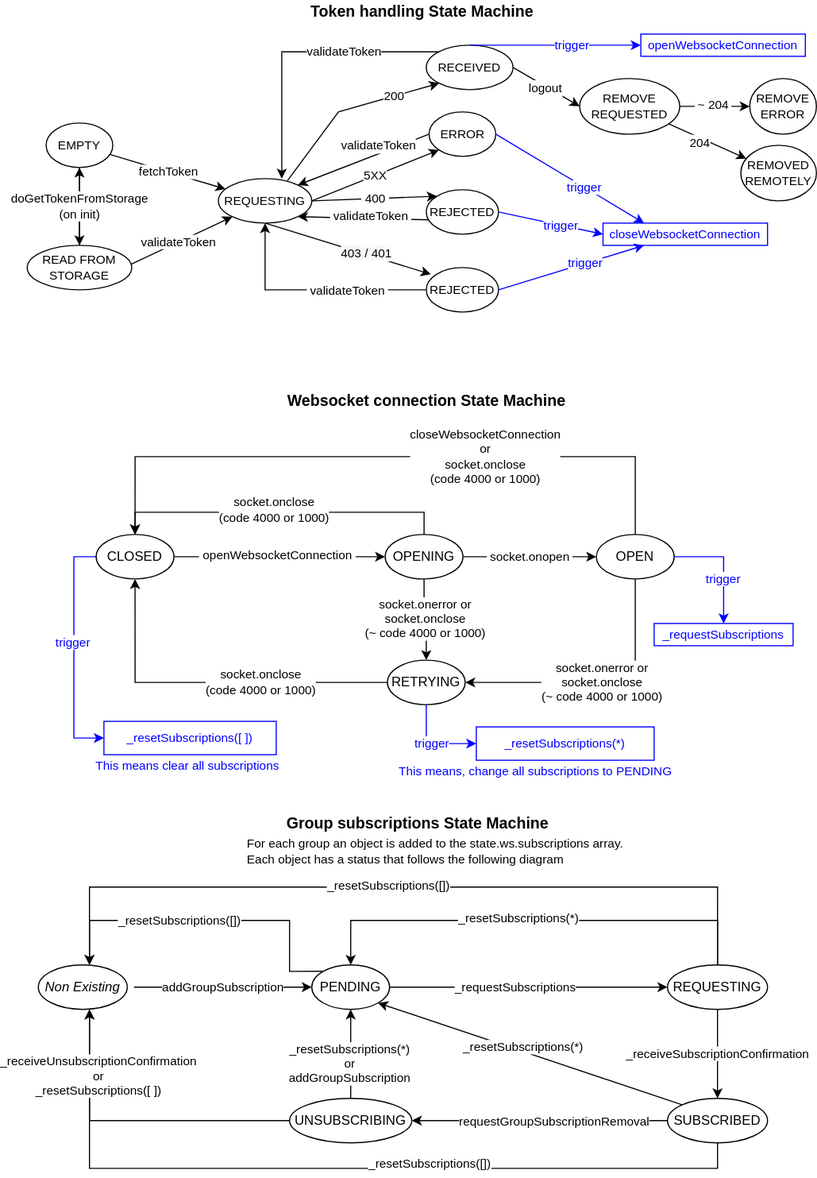
This is love/docsrc/assets/redux-ws-connection.svg from lsst-ts/LOVE-frontend, a draw.io export, as it was before one commit. Source tidied: cells renumbered, new cells last; positions are measured from the earlier drawing's top-left corner, leaving out a move shared by most shapes.
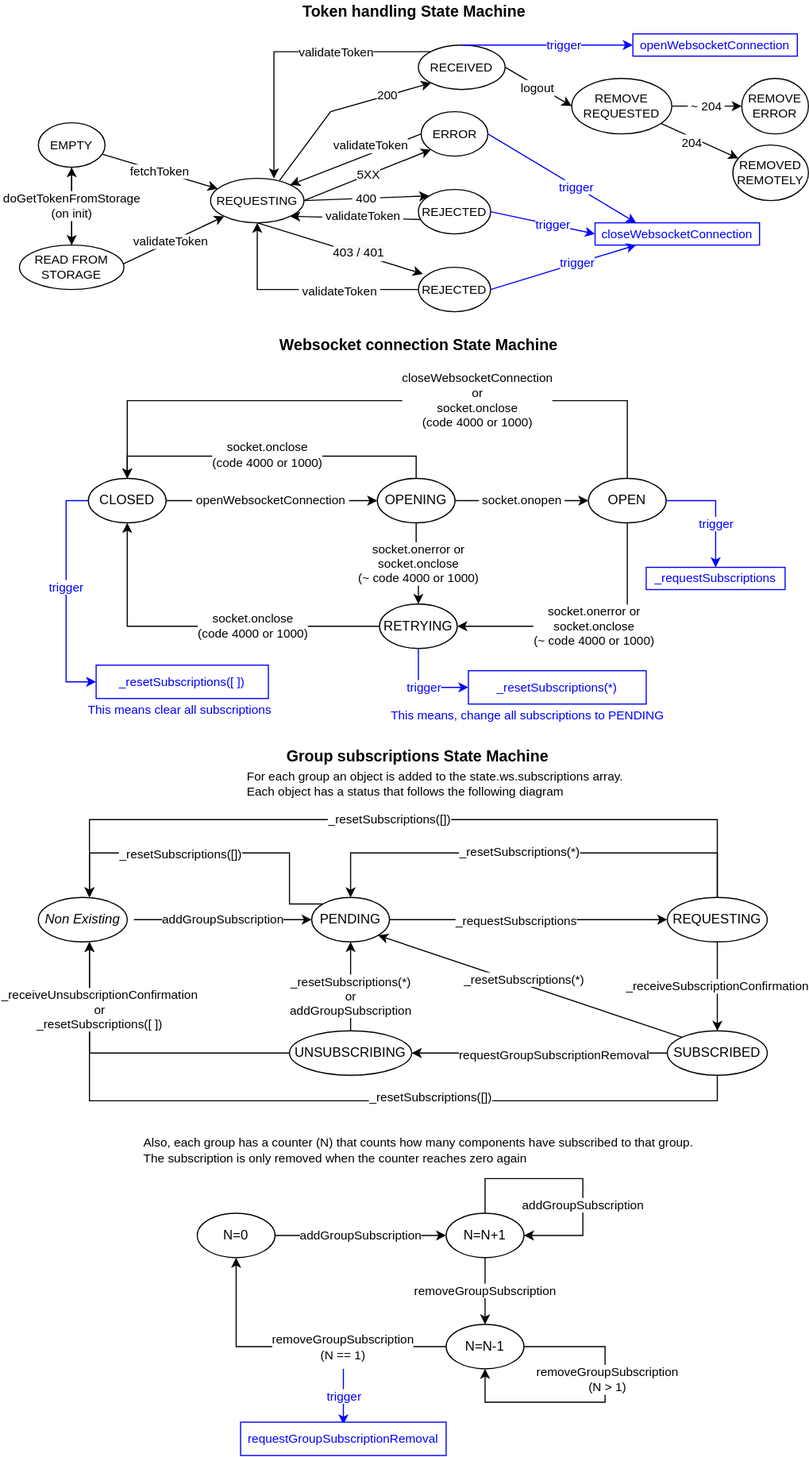
The same file after the commit.

Change to the diagram source:
```diff
@@ -9,7 +9,7 @@
       <mxGeometry x="-0.08" y="-1" relative="1" as="geometry" />
     </mxCell>
     <mxCell id="4" value="CLOSED" style="ellipse;whiteSpace=wrap;html=1;" parent="1" vertex="1">
-      <mxGeometry x="62" y="480" width="70" height="40" as="geometry" />
+      <mxGeometry x="62" y="430" width="70" height="40" as="geometry" />
     </mxCell>
     <mxCell id="5" value="socket.onerror or&lt;br&gt;socket.onclose&lt;br&gt;(~ code 4000 or 1000)" style="edgeStyle=orthogonalEdgeStyle;rounded=0;jettySize=auto;html=1;entryX=0.5;entryY=0;entryDx=0;entryDy=0;" parent="1" edge="1" source="8" target="12">
       <mxGeometry relative="1" as="geometry" />
@@ -17,8 +17,8 @@
     <mxCell id="6" style="edgeStyle=orthogonalEdgeStyle;rounded=0;jettySize=auto;html=1;exitX=0.5;exitY=0;exitDx=0;exitDy=0;fontSize=11;entryX=0.5;entryY=0;entryDx=0;entryDy=0;" parent="1" edge="1" source="8" target="4">
       <mxGeometry relative="1" as="geometry">
         <Array as="points">
-          <mxPoint x="357" y="460" />
-          <mxPoint x="97" y="460" />
+          <mxPoint x="357" y="410" />
+          <mxPoint x="97" y="410" />
         </Array>
       </mxGeometry>
     </mxCell>
@@ -26,10 +26,10 @@
       <mxGeometry x="0.04" y="-2" relative="1" as="geometry" />
     </mxCell>
     <mxCell id="8" value="OPENING" style="ellipse;whiteSpace=wrap;html=1;" parent="1" vertex="1">
-      <mxGeometry x="322" y="480" width="70" height="40" as="geometry" />
+      <mxGeometry x="322" y="430" width="70" height="40" as="geometry" />
     </mxCell>
     <mxCell id="9" value="OPEN" style="ellipse;whiteSpace=wrap;html=1;" parent="1" vertex="1">
-      <mxGeometry x="512" y="480" width="70" height="40" as="geometry" />
+      <mxGeometry x="512" y="430" width="70" height="40" as="geometry" />
     </mxCell>
     <mxCell id="10" value="socket.onclose&lt;br&gt;(code 4000 or 1000)" style="edgeStyle=orthogonalEdgeStyle;rounded=0;jettySize=auto;html=1;entryX=0.5;entryY=1;entryDx=0;entryDy=0;fontSize=11;" parent="1" edge="1" source="12" target="4">
       <mxGeometry x="-0.29" relative="1" as="geometry" />
@@ -38,7 +38,7 @@
       <mxGeometry relative="1" as="geometry" />
     </mxCell>
     <mxCell id="12" value="RETRYING" style="ellipse;whiteSpace=wrap;html=1;" parent="1" vertex="1">
-      <mxGeometry x="324" y="593" width="70" height="40" as="geometry" />
+      <mxGeometry x="324" y="543" width="70" height="40" as="geometry" />
     </mxCell>
     <mxCell id="13" style="endArrow=classic;html=1;entryX=0;entryY=0.5;entryDx=0;entryDy=0;exitX=1;exitY=0.5;exitDx=0;exitDy=0;" parent="1" edge="1" source="4" target="8">
       <mxGeometry relative="1" as="geometry" />
@@ -55,16 +55,16 @@
     <mxCell id="17" value="closeWebsocketConnection&lt;br&gt;or&lt;br&gt;socket.onclose&lt;br&gt;(code 4000 or 1000)" style="edgeStyle=orthogonalEdgeStyle;rounded=0;jettySize=auto;html=1;entryX=0.5;entryY=0;entryDx=0;entryDy=0;exitX=0.5;exitY=0;exitDx=0;exitDy=0;" parent="1" edge="1" source="9" target="4">
       <mxGeometry x="-0.31" relative="1" as="geometry">
         <Array as="points">
-          <mxPoint x="547" y="410" />
-          <mxPoint x="97" y="410" />
+          <mxPoint x="547" y="360" />
+          <mxPoint x="97" y="360" />
         </Array>
       </mxGeometry>
     </mxCell>
     <mxCell id="18" value="&lt;font style=&quot;font-size: 14px&quot;&gt;Websocket connection State Machine&lt;/font&gt;" style="text;html=1;align=center;verticalAlign=middle;fontSize=11;fontStyle=1;" parent="1" vertex="1">
-      <mxGeometry x="224" y="350" width="270" height="20" as="geometry" />
+      <mxGeometry x="224" y="300" width="270" height="20" as="geometry" />
     </mxCell>
     <mxCell id="19" value="&lt;font style=&quot;font-size: 14px&quot;&gt;Group subscriptions State Machine&lt;/font&gt;" style="text;html=1;align=center;verticalAlign=middle;fontSize=11;fontStyle=1;" parent="1" vertex="1">
-      <mxGeometry x="226" y="730" width="250" height="20" as="geometry" />
+      <mxGeometry x="233" y="670" width="250" height="20" as="geometry" />
     </mxCell>
     <mxCell id="20" style="edgeStyle=orthogonalEdgeStyle;rounded=0;jettySize=auto;html=1;exitX=1;exitY=0.5;exitDx=0;exitDy=0;fontSize=11;" parent="1" edge="1" source="24" target="32">
       <mxGeometry relative="1" as="geometry" />
@@ -76,11 +76,11 @@
     </mxCell>
     <mxCell id="22" style="edgeStyle=orthogonalEdgeStyle;rounded=0;jettySize=auto;html=1;exitX=0;exitY=0;exitDx=0;exitDy=0;entryX=0.5;entryY=0;entryDx=0;entryDy=0;strokeColor=#000000;fontSize=11;fontColor=#0000FF;" parent="1" edge="1" source="24">
       <mxGeometry relative="1" as="geometry">
-        <mxPoint x="56" y="867" as="targetPoint" />
+        <mxPoint x="63" y="807" as="targetPoint" />
         <Array as="points">
-          <mxPoint x="236" y="873" />
-          <mxPoint x="236" y="827" />
-          <mxPoint x="56" y="827" />
+          <mxPoint x="243" y="813" />
+          <mxPoint x="243" y="767" />
+          <mxPoint x="63" y="767" />
         </Array>
       </mxGeometry>
     </mxCell>
@@ -88,15 +88,15 @@
       <mxGeometry x="0.18" relative="1" as="geometry" />
     </mxCell>
     <mxCell id="24" value="PENDING" style="ellipse;whiteSpace=wrap;html=1;" parent="1" vertex="1">
-      <mxGeometry x="256" y="867" width="70" height="40" as="geometry" />
+      <mxGeometry x="263" y="807" width="70" height="40" as="geometry" />
     </mxCell>
     <mxCell id="25" value="&lt;div&gt;addGroupSubscription&lt;br&gt;&lt;/div&gt;" style="edgeStyle=orthogonalEdgeStyle;rounded=0;jettySize=auto;html=1;entryX=0;entryY=0.5;entryDx=0;entryDy=0;fontSize=11;" parent="1" edge="1" target="24">
       <mxGeometry relative="1" as="geometry">
-        <mxPoint x="96" y="887" as="sourcePoint" />
+        <mxPoint x="103" y="827" as="sourcePoint" />
       </mxGeometry>
     </mxCell>
     <mxCell id="26" value="&lt;i&gt;Non Existing&lt;/i&gt;" style="ellipse;whiteSpace=wrap;html=1;" parent="1" vertex="1">
-      <mxGeometry x="10" y="867" width="80" height="40" as="geometry" />
+      <mxGeometry x="17" y="807" width="80" height="40" as="geometry" />
     </mxCell>
     <mxCell id="27" value="_receiveSubscriptionConfirmation" style="edgeStyle=orthogonalEdgeStyle;rounded=0;jettySize=auto;html=1;entryX=0.5;entryY=0;entryDx=0;entryDy=0;fontSize=11;" parent="1" edge="1" source="32" target="39">
       <mxGeometry relative="1" as="geometry" />
@@ -104,8 +104,8 @@
     <mxCell id="28" style="edgeStyle=orthogonalEdgeStyle;rounded=0;jettySize=auto;html=1;exitX=0.5;exitY=0;exitDx=0;exitDy=0;entryX=0.5;entryY=0;entryDx=0;entryDy=0;fontSize=11;" parent="1" edge="1" source="32" target="24">
       <mxGeometry relative="1" as="geometry">
         <Array as="points">
-          <mxPoint x="621" y="827" />
-          <mxPoint x="291" y="827" />
+          <mxPoint x="628" y="767" />
+          <mxPoint x="298" y="767" />
         </Array>
       </mxGeometry>
     </mxCell>
@@ -114,10 +114,10 @@
     </mxCell>
     <mxCell id="30" style="edgeStyle=orthogonalEdgeStyle;rounded=0;jettySize=auto;html=1;exitX=0.5;exitY=0;exitDx=0;exitDy=0;entryX=0.5;entryY=0;entryDx=0;entryDy=0;strokeColor=#000000;fontSize=11;fontColor=#0000FF;" parent="1" edge="1" source="32">
       <mxGeometry relative="1" as="geometry">
-        <mxPoint x="56" y="867" as="targetPoint" />
+        <mxPoint x="63" y="807" as="targetPoint" />
         <Array as="points">
-          <mxPoint x="621" y="797" />
-          <mxPoint x="56" y="797" />
+          <mxPoint x="628" y="737" />
+          <mxPoint x="63" y="737" />
         </Array>
       </mxGeometry>
     </mxCell>
@@ -125,7 +125,7 @@
       <mxGeometry x="0.04" y="-1" relative="1" as="geometry" />
     </mxCell>
     <mxCell id="32" value="REQUESTING" style="ellipse;whiteSpace=wrap;html=1;" parent="1" vertex="1">
-      <mxGeometry x="576" y="867" width="90" height="40" as="geometry" />
+      <mxGeometry x="583" y="807" width="90" height="40" as="geometry" />
     </mxCell>
     <mxCell id="33" style="edgeStyle=orthogonalEdgeStyle;rounded=0;jettySize=auto;html=1;fontSize=11;" parent="1" edge="1" source="39" target="44">
       <mxGeometry relative="1" as="geometry" />
@@ -141,10 +141,10 @@
     </mxCell>
     <mxCell id="37" style="edgeStyle=orthogonalEdgeStyle;rounded=0;jettySize=auto;html=1;exitX=0.5;exitY=1;exitDx=0;exitDy=0;strokeColor=#000000;fontSize=11;fontColor=#0000FF;" parent="1" edge="1" source="39">
       <mxGeometry relative="1" as="geometry">
-        <mxPoint x="56" y="907" as="targetPoint" />
+        <mxPoint x="63" y="847" as="targetPoint" />
         <Array as="points">
-          <mxPoint x="621" y="1050" />
-          <mxPoint x="56" y="1050" />
+          <mxPoint x="628" y="990" />
+          <mxPoint x="63" y="990" />
         </Array>
       </mxGeometry>
     </mxCell>
@@ -152,11 +152,11 @@
       <mxGeometry x="-0.23" y="-4" relative="1" as="geometry" />
     </mxCell>
     <mxCell id="39" value="SUBSCRIBED" style="ellipse;whiteSpace=wrap;html=1;" parent="1" vertex="1">
-      <mxGeometry x="576" y="987" width="90" height="40" as="geometry" />
+      <mxGeometry x="583" y="927" width="90" height="40" as="geometry" />
     </mxCell>
     <mxCell id="40" style="edgeStyle=orthogonalEdgeStyle;rounded=0;jettySize=auto;html=1;exitX=0;exitY=0.5;exitDx=0;exitDy=0;entryX=0.5;entryY=1;entryDx=0;entryDy=0;fontSize=11;" parent="1" edge="1" source="44">
       <mxGeometry relative="1" as="geometry">
-        <mxPoint x="56" y="907" as="targetPoint" />
+        <mxPoint x="63" y="847" as="targetPoint" />
       </mxGeometry>
     </mxCell>
     <mxCell id="41" value="_receiveUnsubscriptionConfirmation&lt;br&gt;or&lt;br&gt;&lt;span style=&quot;white-space: normal&quot;&gt;_resetSubscriptions([ ])&lt;/span&gt;" style="text;html=1;align=center;verticalAlign=middle;labelBackgroundColor=#ffffff;fontSize=11;" parent="40" vertex="1">
@@ -171,13 +171,13 @@
       <mxGeometry x="-0.2" y="1" relative="1" as="geometry" />
     </mxCell>
     <mxCell id="44" value="UNSUBSCRIBING" style="ellipse;whiteSpace=wrap;html=1;" parent="1" vertex="1">
-      <mxGeometry x="236" y="987" width="110" height="40" as="geometry" />
+      <mxGeometry x="243" y="927" width="110" height="40" as="geometry" />
     </mxCell>
     <mxCell id="45" value="&lt;div style=&quot;text-align: justify&quot;&gt;&lt;span&gt;For each group an object is added to the state.ws.subscriptions array.&lt;/span&gt;&lt;/div&gt;&lt;div style=&quot;text-align: justify&quot;&gt;&lt;span&gt;Each object has a status that follows the following diagram&lt;/span&gt;&lt;/div&gt;" style="text;html=1;align=left;verticalAlign=middle;fontSize=11;" parent="1" vertex="1">
-      <mxGeometry x="196" y="750" width="350" height="30" as="geometry" />
+      <mxGeometry x="203" y="690" width="350" height="30" as="geometry" />
     </mxCell>
     <mxCell id="46" value="&lt;span style=&quot;color: rgb(0 , 0 , 255) ; white-space: normal ; background-color: rgb(255 , 255 , 255)&quot;&gt;_resetSubscriptions(*)&lt;/span&gt;" style="rounded=0;whiteSpace=wrap;html=1;fontSize=11;strokeColor=#0000FF;" parent="1" vertex="1">
-      <mxGeometry x="404" y="653" width="160" height="30" as="geometry" />
+      <mxGeometry x="404" y="603" width="160" height="30" as="geometry" />
     </mxCell>
     <mxCell id="47" value="&lt;font color=&quot;#0000ff&quot;&gt;trigger&lt;/font&gt;" style="edgeStyle=orthogonalEdgeStyle;rounded=0;jettySize=auto;html=1;exitX=1;exitY=0.5;exitDx=0;exitDy=0;entryX=0.5;entryY=0;entryDx=0;entryDy=0;fontSize=11;strokeColor=#0000FF;" parent="1" edge="1" source="9" target="48">
       <mxGeometry x="-0.15" y="-20" relative="1" as="geometry">
@@ -185,16 +185,16 @@
       </mxGeometry>
     </mxCell>
     <mxCell id="48" value="&lt;span style=&quot;white-space: nowrap ; background-color: rgb(255 , 255 , 255)&quot;&gt;&lt;font color=&quot;#0000ff&quot;&gt;_requestSubscriptions&lt;/font&gt;&lt;/span&gt;" style="rounded=0;whiteSpace=wrap;html=1;fontSize=11;strokeColor=#0000FF;" parent="1" vertex="1">
-      <mxGeometry x="564" y="560" width="125" height="20" as="geometry" />
+      <mxGeometry x="564" y="510" width="125" height="20" as="geometry" />
     </mxCell>
     <mxCell id="49" value="&lt;span style=&quot;color: rgb(0 , 0 , 255) ; white-space: normal ; background-color: rgb(255 , 255 , 255)&quot;&gt;_resetSubscriptions([ ])&lt;/span&gt;" style="rounded=0;whiteSpace=wrap;html=1;fontSize=11;strokeColor=#0000FF;" parent="1" vertex="1">
-      <mxGeometry x="69" y="648" width="155" height="30" as="geometry" />
+      <mxGeometry x="69" y="598" width="155" height="30" as="geometry" />
     </mxCell>
     <mxCell id="50" value="This means clear all subscriptions" style="text;html=1;align=center;verticalAlign=middle;fontSize=11;fontColor=#0000FF;" parent="1" vertex="1">
-      <mxGeometry x="54" y="678" width="180" height="20" as="geometry" />
+      <mxGeometry x="54" y="628" width="180" height="20" as="geometry" />
     </mxCell>
     <mxCell id="51" value="This means, change all subscriptions to PENDING" style="text;html=1;align=center;verticalAlign=middle;fontSize=11;fontColor=#0000FF;" parent="1" vertex="1">
-      <mxGeometry x="327" y="683" width="260" height="20" as="geometry" />
+      <mxGeometry x="327" y="633" width="260" height="20" as="geometry" />
     </mxCell>
     <mxCell id="52" value="&lt;font style=&quot;font-size: 14px&quot;&gt;Token handling State Machine&lt;/font&gt;" style="text;html=1;align=center;verticalAlign=middle;fontSize=11;fontStyle=1;" parent="1" vertex="1">
       <mxGeometry x="245" width="220" height="20" as="geometry" />
@@ -335,5 +335,71 @@
     <mxCell id="91" value="&lt;font color=&quot;#0000ff&quot;&gt;trigger&lt;/font&gt;" style="rounded=0;jettySize=auto;html=1;fontSize=11;strokeColor=#0000FF;entryX=0.25;entryY=1;entryDx=0;entryDy=0;exitX=1;exitY=0.5;exitDx=0;exitDy=0;" parent="1" edge="1" source="83" target="89">
       <mxGeometry x="0.19" relative="1" as="geometry" />
     </mxCell>
+    <mxCell id="92" value="N=0" style="ellipse;whiteSpace=wrap;html=1;" parent="1" vertex="1">
+      <mxGeometry x="160" y="1091.2" width="70" height="40" as="geometry" />
+    </mxCell>
+    <mxCell id="93" value="removeGroupSubscription" style="edgeStyle=orthogonalEdgeStyle;rounded=0;jettySize=auto;html=1;exitX=0.5;exitY=1;exitDx=0;exitDy=0;entryX=0.5;entryY=0;entryDx=0;entryDy=0;" parent="1" edge="1" source="94" target="98">
+      <mxGeometry relative="1" as="geometry" />
+    </mxCell>
+    <mxCell id="94" value="N=N+1" style="ellipse;whiteSpace=wrap;html=1;" parent="1" vertex="1">
+      <mxGeometry x="384" y="1091.2" width="70" height="40" as="geometry" />
+    </mxCell>
+    <mxCell id="95" value="&lt;div&gt;addGroupSubscription&lt;br&gt;&lt;/div&gt;" style="edgeStyle=orthogonalEdgeStyle;rounded=0;jettySize=auto;html=1;entryX=0;entryY=0.5;entryDx=0;entryDy=0;fontSize=11;exitX=1;exitY=0.5;exitDx=0;exitDy=0;" parent="1" edge="1" source="92" target="94">
+      <mxGeometry relative="1" as="geometry" />
+    </mxCell>
+    <mxCell id="96" style="edgeStyle=orthogonalEdgeStyle;rounded=0;jettySize=auto;html=1;exitX=0;exitY=0.5;exitDx=0;exitDy=0;entryX=0.5;entryY=1;entryDx=0;entryDy=0;" parent="1" edge="1" source="98" target="92">
+      <mxGeometry relative="1" as="geometry" />
+    </mxCell>
+    <mxCell id="97" value="removeGroupSubscription&lt;br&gt;(N == 1)" style="edgeLabel;html=1;align=center;verticalAlign=middle;" parent="96" vertex="1">
+      <mxGeometry x="-0.18" relative="1" as="geometry">
+        <mxPoint x="17.9" as="offset" />
+      </mxGeometry>
+    </mxCell>
+    <mxCell id="98" value="N=N-1" style="ellipse;whiteSpace=wrap;html=1;" parent="1" vertex="1">
+      <mxGeometry x="384" y="1191.2" width="70" height="40" as="geometry" />
+    </mxCell>
+    <mxCell id="99" style="edgeStyle=orthogonalEdgeStyle;rounded=0;orthogonalLoop=1;jettySize=auto;html=1;exitX=0.5;exitY=0;exitDx=0;exitDy=0;entryX=1;entryY=0.5;entryDx=0;entryDy=0;" parent="1" edge="1" source="94" target="94">
+      <mxGeometry relative="1" as="geometry">
+        <Array as="points">
+          <mxPoint x="419" y="1060" />
+          <mxPoint x="507" y="1060" />
+          <mxPoint x="507" y="1111" />
+        </Array>
+      </mxGeometry>
+    </mxCell>
+    <mxCell id="100" value="addGroupSubscription" style="edgeLabel;html=1;align=center;verticalAlign=middle;" parent="99" vertex="1">
+      <mxGeometry x="0.38" y="-1" relative="1" as="geometry">
+        <mxPoint y="-10.9" as="offset" />
+      </mxGeometry>
+    </mxCell>
+    <mxCell id="101" style="edgeStyle=orthogonalEdgeStyle;rounded=0;orthogonalLoop=1;jettySize=auto;html=1;exitX=1;exitY=0.5;exitDx=0;exitDy=0;entryX=0.5;entryY=1;entryDx=0;entryDy=0;" parent="1" edge="1" source="98" target="98">
+      <mxGeometry relative="1" as="geometry">
+        <Array as="points">
+          <mxPoint x="527" y="1211.2" />
+          <mxPoint x="527" y="1261.2" />
+          <mxPoint x="419" y="1261.2" />
+        </Array>
+      </mxGeometry>
+    </mxCell>
+    <mxCell id="102" value="removeGroupSubscription&lt;br&gt;(N &amp;gt; 1)" style="edgeLabel;html=1;align=center;verticalAlign=middle;" parent="101" vertex="1">
+      <mxGeometry x="-0.34" y="-2" relative="1" as="geometry">
+        <mxPoint x="4" y="16.7" as="offset" />
+      </mxGeometry>
+    </mxCell>
+    <mxCell id="103" value="&lt;font color=&quot;#0000ff&quot;&gt;trigger&lt;/font&gt;" style="edgeStyle=orthogonalEdgeStyle;rounded=0;orthogonalLoop=1;jettySize=auto;html=1;fontSize=11;strokeColor=#0000FF;" parent="1" edge="1">
+      <mxGeometry relative="1" as="geometry">
+        <mxPoint x="291.5" y="1231.2" as="sourcePoint" />
+        <mxPoint x="291.5" y="1281.2" as="targetPoint" />
+        <Array as="points">
+          <mxPoint x="291.5" y="1231.2" />
+        </Array>
+      </mxGeometry>
+    </mxCell>
+    <mxCell id="104" value="&lt;font color=&quot;#0000ff&quot;&gt;requestGroupSubscriptionRemoval&lt;/font&gt;" style="rounded=0;whiteSpace=wrap;html=1;fontSize=11;strokeColor=#0000FF;" parent="1" vertex="1">
+      <mxGeometry x="199" y="1279.2" width="185" height="30" as="geometry" />
+    </mxCell>
+    <mxCell id="105" value="&lt;div style=&quot;text-align: justify&quot;&gt;Also, each group has a counter (N) that counts how many components have subscribed to that group.&lt;/div&gt;&lt;div style=&quot;text-align: justify&quot;&gt;The subscription is only removed when the counter reaches zero again&lt;/div&gt;" style="text;html=1;align=left;verticalAlign=middle;fontSize=11;" parent="1" vertex="1">
+      <mxGeometry x="110" y="1020" width="510" height="30" as="geometry" />
+    </mxCell>
   </root>
 </mxGraphModel>
```
